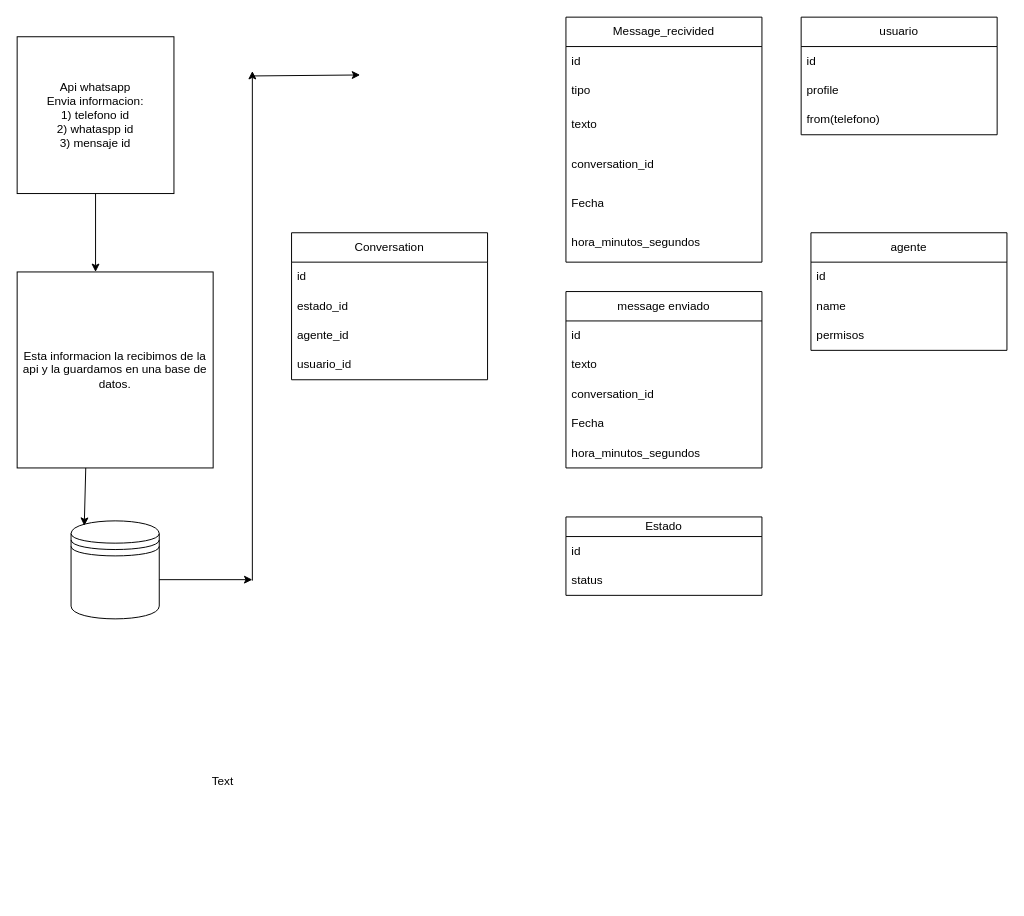
Before: diseño del servicio/back end.drawio in JeanEspinoza10/Flask_chatboy, a draw.io diagram. Source tidied: cells renumbered, new cells numbered last; positions are measured from the earlier drawing's top-left corner, leaving out a move shared by most shapes. Both pictures are drawn from the tidied source at 98%, with x=0, y=0 at pixel (17, 17).
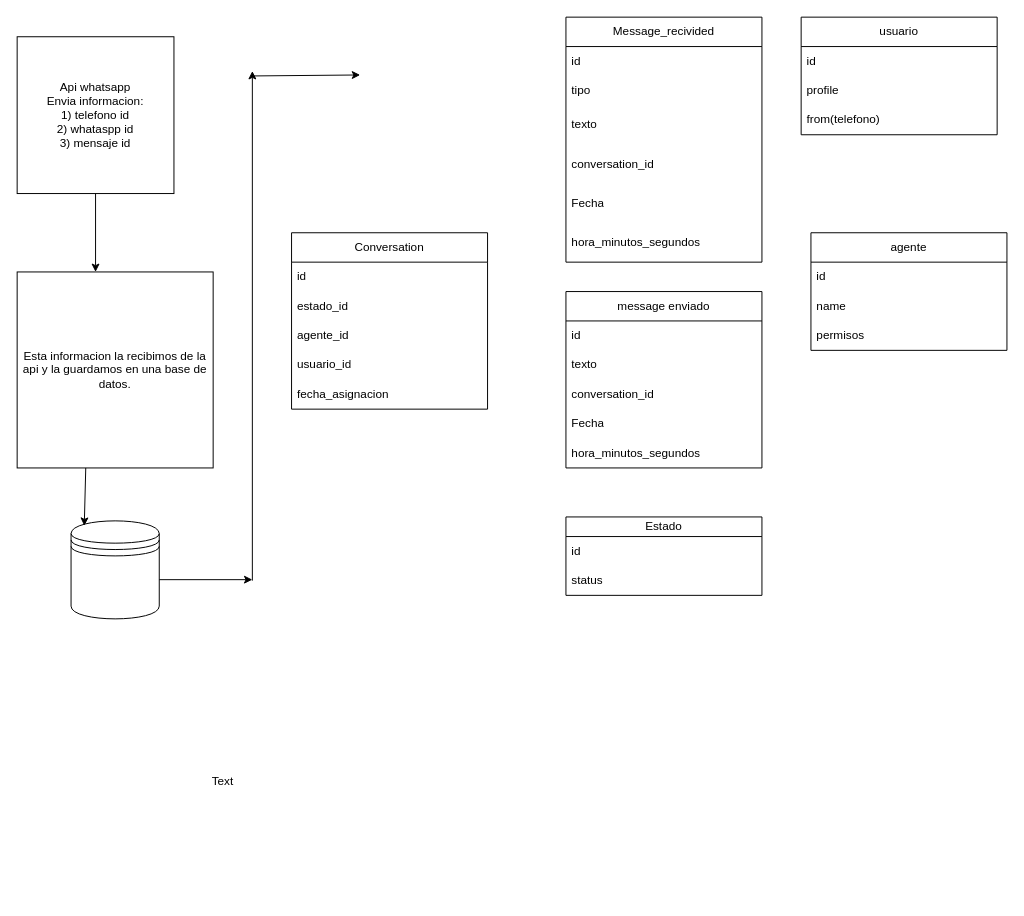
After the change.

Change to the diagram source:
```diff
@@
     <mxCell id="31" value="Conversation" style="swimlane;fontStyle=0;horizontal=1;startSize=30;whiteSpace=wrap;html=1;" parent="1" vertex="1">
-      <mxGeometry x="280" y="220" width="200" height="150" as="geometry" />
+      <mxGeometry x="280" y="220" width="200" height="180" as="geometry" />
     </mxCell>
@@
+    <mxCell id="40" value="fecha_asignacion" style="text;strokeColor=none;fillColor=none;align=left;verticalAlign=middle;spacingLeft=4;spacingRight=4;overflow=hidden;whiteSpace=wrap;html=1;" parent="31" vertex="1">
+      <mxGeometry y="150" width="200" height="30" as="geometry" />
+    </mxCell>
```
